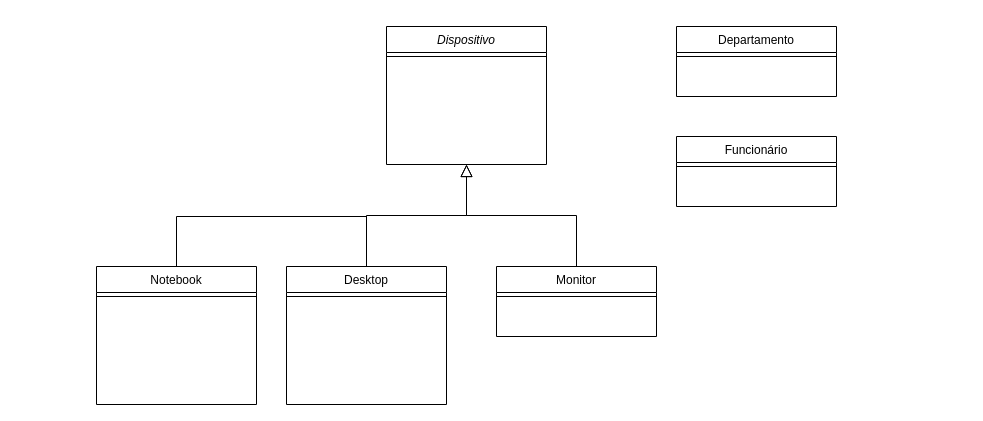
Before: Diagrama sem nome.drawio in l-eduardo/dso_ufsc, a draw.io diagram. Source tidied: cells renumbered, new cells numbered last; positions are measured from the earlier drawing's top-left corner, leaving out a move shared by most shapes. Both pictures are drawn from the tidied source at 100%, with x=0, y=0 at pixel (96, 26).
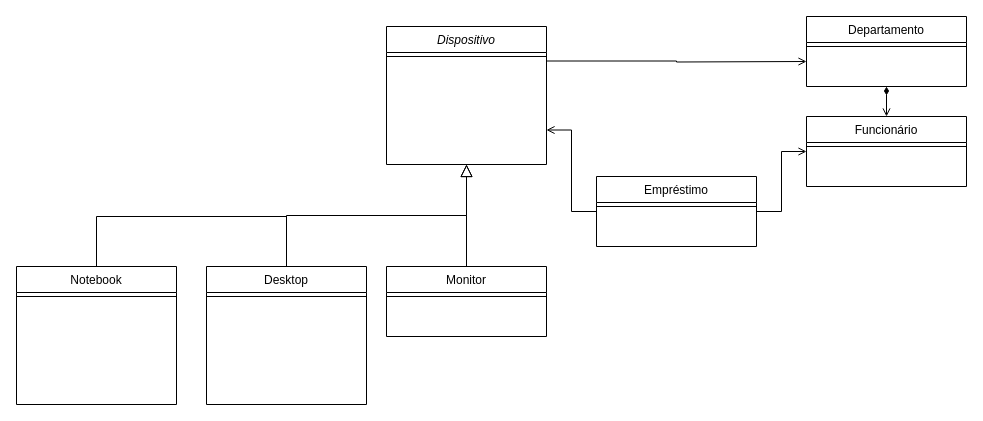
The same diagram, later.

The change refers to these unchanged cells:
```xml
<mxCell id="2" value="Dispositivo" style="swimlane;fontStyle=2;align=center;verticalAlign=top;horizontal=1;startSize=26;rounded=0;shadow=0;strokeWidth=1;" parent="1" vertex="1">
  <mxGeometry x="290" width="160" height="138" as="geometry" />
</mxCell>
```

What changed in the source:
```diff
@@
+    <mxCell id="17" style="edgeStyle=orthogonalEdgeStyle;rounded=0;jettySize=auto;html=1;exitX=1;exitY=0.25;exitDx=0;exitDy=0;endArrow=open;endFill=0;" parent="1" edge="1" source="2">
+      <mxGeometry relative="1" as="geometry">
+        <mxPoint x="710" y="35" as="targetPoint" />
+      </mxGeometry>
+    </mxCell>
@@
     <mxCell id="4" value="Desktop" style="swimlane;fontStyle=0;align=center;verticalAlign=top;horizontal=1;startSize=26;rounded=0;shadow=0;strokeWidth=1;" parent="1" vertex="1">
-      <mxGeometry x="190" y="240" width="160" height="138" as="geometry" />
+      <mxGeometry x="110" y="240" width="160" height="138" as="geometry" />
     </mxCell>
@@
     <mxCell id="7" value="Monitor" style="swimlane;fontStyle=0;align=center;verticalAlign=top;horizontal=1;startSize=26;rounded=0;shadow=0;strokeWidth=1;" parent="1" vertex="1">
-      <mxGeometry x="400" y="240" width="160" height="70" as="geometry" />
+      <mxGeometry x="290" y="240" width="160" height="70" as="geometry" />
     </mxCell>
@@
     <mxCell id="10" style="edgeStyle=orthogonalEdgeStyle;rounded=0;jettySize=auto;html=1;exitX=0.5;exitY=0;exitDx=0;exitDy=0;endArrow=none;endFill=0;" parent="1" edge="1" source="11">
       <mxGeometry relative="1" as="geometry">
-        <mxPoint x="270" y="190" as="targetPoint" />
+        <mxPoint x="190" y="190" as="targetPoint" />
         <Array as="points">
-          <mxPoint x="80" y="190" />
+          <mxPoint y="190" />
         </Array>
       </mxGeometry>
     </mxCell>
     <mxCell id="11" value="Notebook" style="swimlane;fontStyle=0;align=center;verticalAlign=top;horizontal=1;startSize=26;rounded=0;shadow=0;strokeWidth=1;" parent="1" vertex="1">
-      <mxGeometry y="240" width="160" height="138" as="geometry" />
+      <mxGeometry x="-80" y="240" width="160" height="138" as="geometry" />
     </mxCell>
@@
+    <mxCell id="18" style="edgeStyle=orthogonalEdgeStyle;rounded=0;jettySize=auto;html=1;exitX=0.5;exitY=1;exitDx=0;exitDy=0;entryX=0.5;entryY=0;entryDx=0;entryDy=0;endArrow=open;endFill=0;startArrow=diamondThin;startFill=1;" parent="1" edge="1" source="13" target="15">
+      <mxGeometry relative="1" as="geometry" />
+    </mxCell>
     <mxCell id="13" value="Departamento" style="swimlane;fontStyle=0;align=center;verticalAlign=top;horizontal=1;startSize=26;rounded=0;shadow=0;strokeWidth=1;" parent="1" vertex="1">
-      <mxGeometry x="580" width="160" height="70" as="geometry" />
+      <mxGeometry x="710" y="-10" width="160" height="70" as="geometry" />
     </mxCell>
@@
     <mxCell id="15" value="Funcionário" style="swimlane;fontStyle=0;align=center;verticalAlign=top;horizontal=1;startSize=26;rounded=0;shadow=0;strokeWidth=1;" parent="1" vertex="1">
-      <mxGeometry x="580" y="110" width="160" height="70" as="geometry" />
+      <mxGeometry x="710" y="90" width="160" height="70" as="geometry" />
     </mxCell>
@@
+    <mxCell id="19" style="edgeStyle=orthogonalEdgeStyle;rounded=0;jettySize=auto;html=1;exitX=0;exitY=0.5;exitDx=0;exitDy=0;entryX=1;entryY=0.75;entryDx=0;entryDy=0;endArrow=open;endFill=0;" parent="1" edge="1" source="21" target="2">
+      <mxGeometry relative="1" as="geometry" />
+    </mxCell>
+    <mxCell id="20" style="edgeStyle=orthogonalEdgeStyle;rounded=0;jettySize=auto;html=1;exitX=1;exitY=0.5;exitDx=0;exitDy=0;entryX=0;entryY=0.5;entryDx=0;entryDy=0;endArrow=open;endFill=0;" parent="1" edge="1" source="21" target="15">
+      <mxGeometry relative="1" as="geometry" />
+    </mxCell>
+    <mxCell id="21" value="Empréstimo" style="swimlane;fontStyle=0;align=center;verticalAlign=top;horizontal=1;startSize=26;rounded=0;shadow=0;strokeWidth=1;" parent="1" vertex="1">
+      <mxGeometry x="500" y="150" width="160" height="70" as="geometry" />
+    </mxCell>
+    <mxCell id="22" style="line;html=1;strokeWidth=1;align=left;verticalAlign=middle;spacingTop=-1;spacingLeft=3;spacingRight=3;labelPosition=right;" parent="21" vertex="1">
+      <mxGeometry y="26" width="160" height="8" as="geometry" />
+    </mxCell>
```
